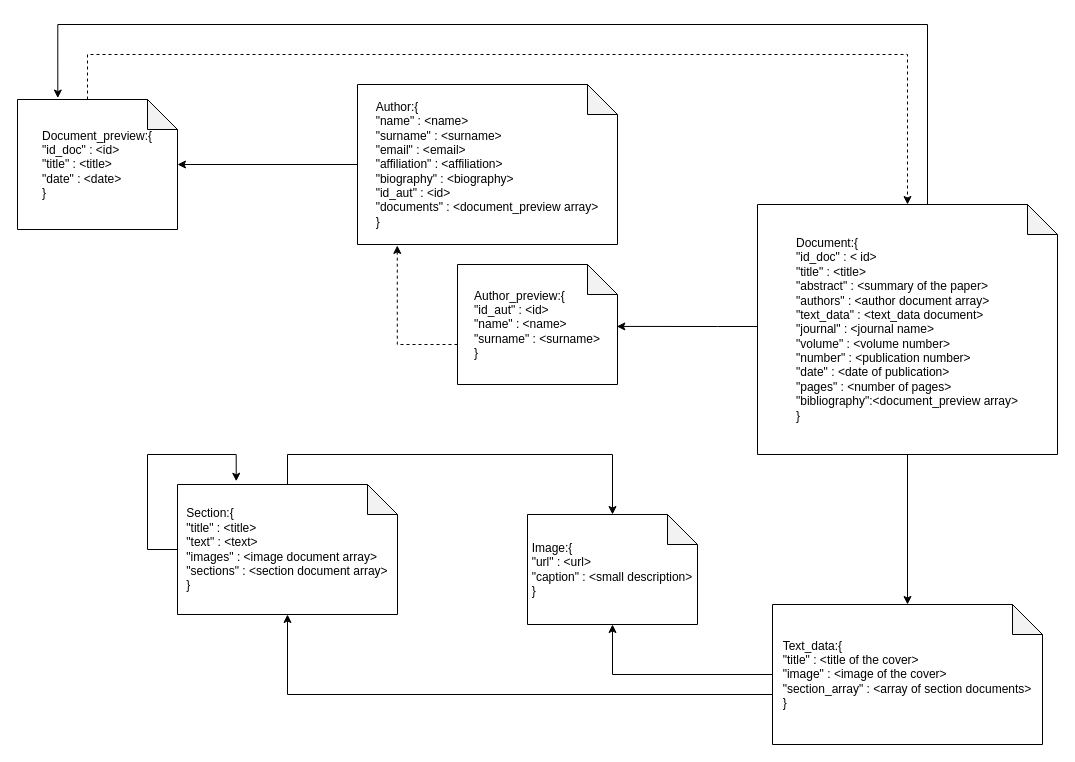
Above: MongoDB/Schematic/Schematic.drawio in MarcoLucaPrevitera/BigData-Project (draw.io), before the change. Source tidied: cells renumbered, new cells numbered last; positions are measured from the earlier drawing's top-left corner, leaving out a move shared by most shapes. Both pictures are drawn from the tidied source at 100%, with x=0, y=0 at pixel (17, 24).
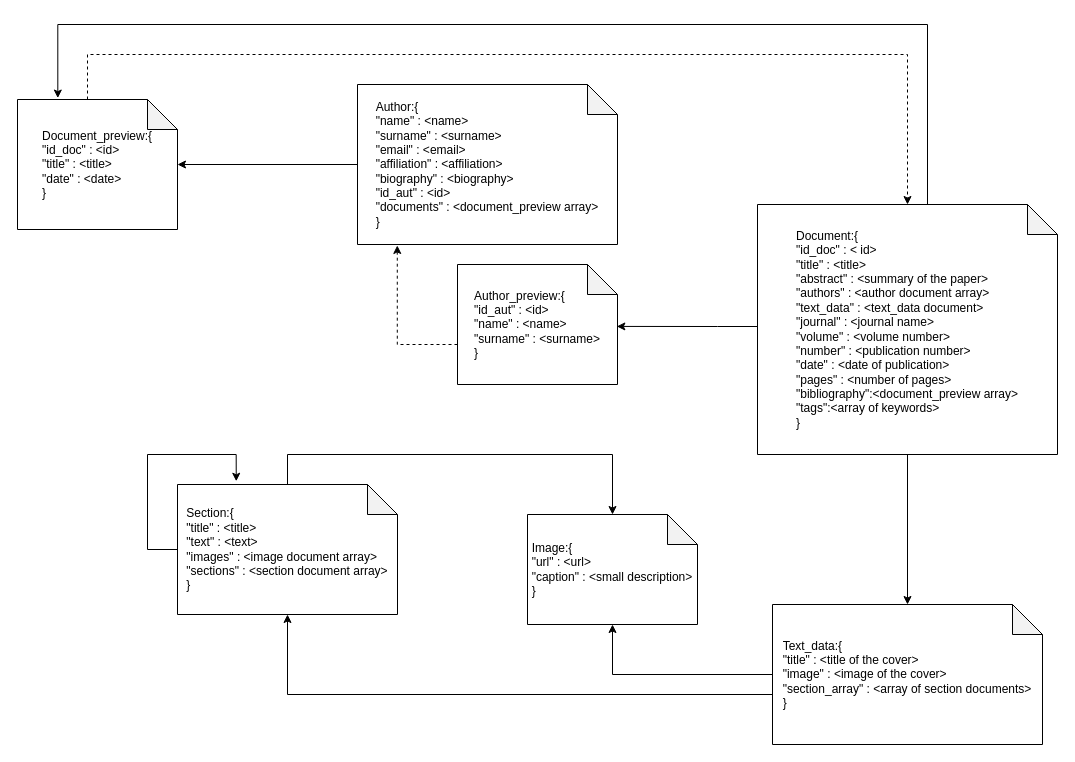
The same page after the edit.

Diff of the diagram source:
```diff
@@
-    <mxCell id="5" value="&lt;div style=&quot;text-align: left;&quot;&gt;&lt;span style=&quot;background-color: initial;&quot;&gt;Document:{&lt;/span&gt;&lt;/div&gt;&lt;div style=&quot;text-align: left;&quot;&gt;&quot;id_doc&quot; : &amp;lt; id&amp;gt;&lt;/div&gt;&lt;div style=&quot;text-align: left;&quot;&gt;&quot;title&quot; : &amp;lt;title&amp;gt;&lt;/div&gt;&lt;div style=&quot;text-align: left;&quot;&gt;&quot;abstract&quot; : &amp;lt;summary of the paper&amp;gt;&lt;/div&gt;&lt;div style=&quot;text-align: left;&quot;&gt;&quot;authors&quot; : &amp;lt;author document array&amp;gt;&lt;/div&gt;&lt;div style=&quot;text-align: left;&quot;&gt;&quot;text_data&quot; : &amp;lt;text_data document&amp;gt;&lt;/div&gt;&lt;div style=&quot;text-align: left;&quot;&gt;&quot;journal&quot; : &amp;lt;journal name&amp;gt;&lt;/div&gt;&lt;div style=&quot;text-align: left;&quot;&gt;&quot;volume&quot; : &amp;lt;volume number&amp;gt;&lt;/div&gt;&lt;div style=&quot;text-align: left;&quot;&gt;&quot;number&quot; : &amp;lt;publication number&amp;gt;&lt;/div&gt;&lt;div style=&quot;text-align: left;&quot;&gt;&quot;date&quot; : &amp;lt;date of publication&amp;gt;&lt;/div&gt;&lt;div style=&quot;text-align: left;&quot;&gt;&quot;pages&quot; : &amp;lt;number of pages&amp;gt;&lt;/div&gt;&lt;div style=&quot;text-align: left;&quot;&gt;&quot;bibliography&quot;:&amp;lt;document_preview array&amp;gt;&lt;/div&gt;&lt;div style=&quot;text-align: left;&quot;&gt;&lt;span style=&quot;background-color: initial;&quot;&gt;}&lt;/span&gt;&lt;/div&gt;" style="shape=note;whiteSpace=wrap;html=1;backgroundOutline=1;darkOpacity=0.05;" parent="1" vertex="1">
+    <mxCell id="5" value="&lt;div style=&quot;text-align: left;&quot;&gt;&lt;span style=&quot;background-color: initial;&quot;&gt;Document:{&lt;/span&gt;&lt;/div&gt;&lt;div style=&quot;text-align: left;&quot;&gt;&quot;id_doc&quot; : &amp;lt; id&amp;gt;&lt;/div&gt;&lt;div style=&quot;text-align: left;&quot;&gt;&quot;title&quot; : &amp;lt;title&amp;gt;&lt;/div&gt;&lt;div style=&quot;text-align: left;&quot;&gt;&quot;abstract&quot; : &amp;lt;summary of the paper&amp;gt;&lt;/div&gt;&lt;div style=&quot;text-align: left;&quot;&gt;&quot;authors&quot; : &amp;lt;author document array&amp;gt;&lt;/div&gt;&lt;div style=&quot;text-align: left;&quot;&gt;&quot;text_data&quot; : &amp;lt;text_data document&amp;gt;&lt;/div&gt;&lt;div style=&quot;text-align: left;&quot;&gt;&quot;journal&quot; : &amp;lt;journal name&amp;gt;&lt;/div&gt;&lt;div style=&quot;text-align: left;&quot;&gt;&quot;volume&quot; : &amp;lt;volume number&amp;gt;&lt;/div&gt;&lt;div style=&quot;text-align: left;&quot;&gt;&quot;number&quot; : &amp;lt;publication number&amp;gt;&lt;/div&gt;&lt;div style=&quot;text-align: left;&quot;&gt;&quot;date&quot; : &amp;lt;date of publication&amp;gt;&lt;/div&gt;&lt;div style=&quot;text-align: left;&quot;&gt;&quot;pages&quot; : &amp;lt;number of pages&amp;gt;&lt;/div&gt;&lt;div style=&quot;text-align: left;&quot;&gt;&quot;bibliography&quot;:&amp;lt;document_preview array&amp;gt;&lt;/div&gt;&lt;div style=&quot;text-align: left;&quot;&gt;&quot;tags&quot;:&amp;lt;array of keywords&amp;gt;&lt;/div&gt;&lt;div style=&quot;text-align: left;&quot;&gt;&lt;span style=&quot;background-color: initial;&quot;&gt;}&lt;/span&gt;&lt;/div&gt;" style="shape=note;whiteSpace=wrap;html=1;backgroundOutline=1;darkOpacity=0.05;" parent="1" vertex="1">
       <mxGeometry x="740" y="180" width="300" height="250" as="geometry" />
     </mxCell>
```
